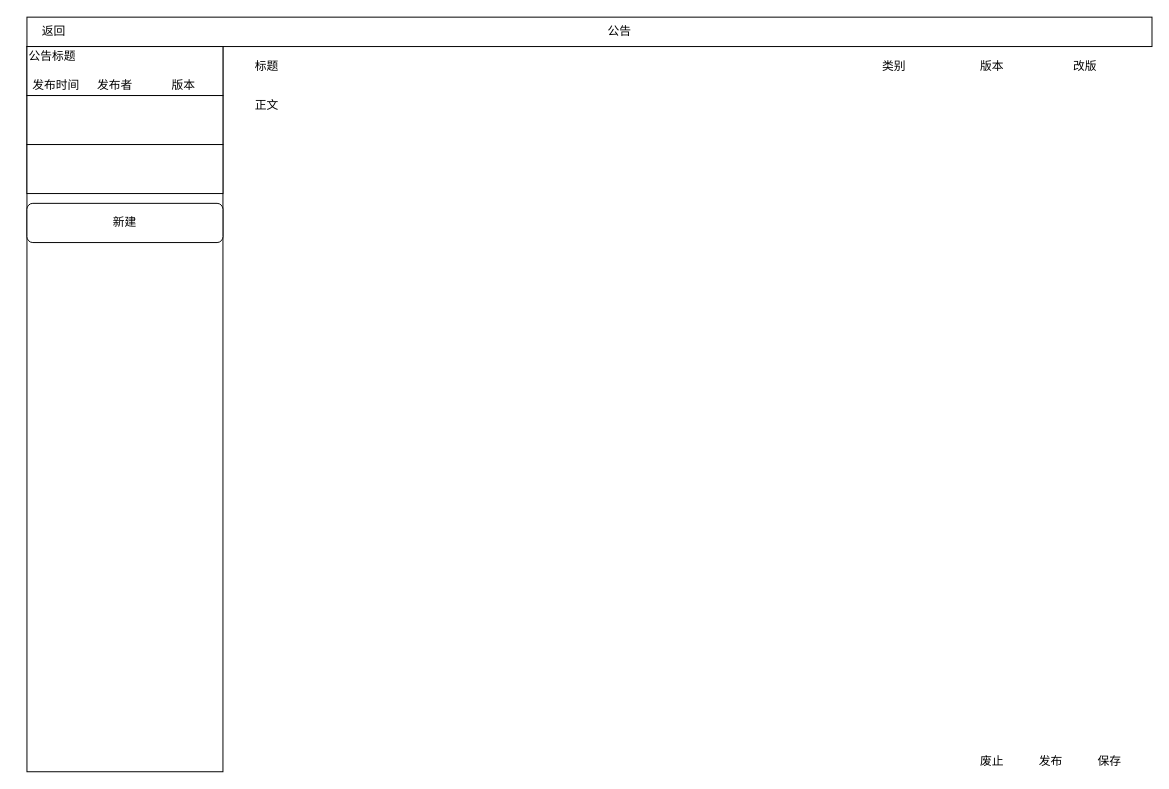
Earlier version of the draw.io diagram page "pm-project-create-notify" (22 of 24) of project-in-action/software-develop-management-system/doc/design/ui/sdms.drawio (callistoctopus/project-all-in-one). Source tidied: cells renumbered, new cells numbered last; positions are measured from the earlier drawing's top-left corner, leaving out a move shared by most shapes. Both pictures are drawn from the tidied source at 98%, with x=0, y=0 at pixel (17, 17).
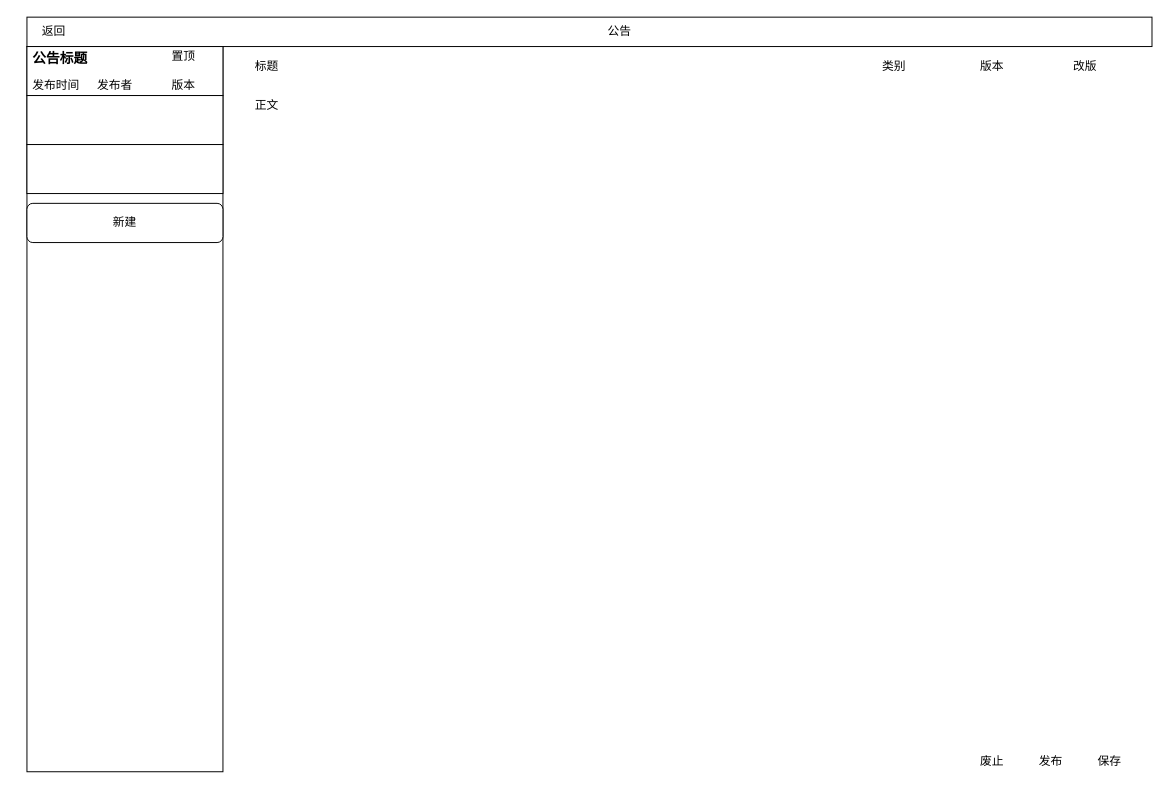
The same diagram, later.

Diff of the diagram source:
```diff
@@
-    <mxCell id="9" value="公告标题" style="text;html=1;strokeColor=none;fillColor=none;align=left;verticalAlign=middle;whiteSpace=wrap;rounded=0;" parent="1" vertex="1">
-      <mxGeometry x="10" y="30" width="150" height="20" as="geometry" />
+    <mxCell id="9" value="公告标题" style="text;html=1;strokeColor=none;fillColor=none;align=left;verticalAlign=middle;whiteSpace=wrap;rounded=0;fontStyle=1;fontSize=14;" parent="1" vertex="1">
+      <mxGeometry x="14" y="32" width="150" height="20" as="geometry" />
     </mxCell>
@@
+    <mxCell id="22" value="置顶" style="text;html=1;strokeColor=none;fillColor=none;align=center;verticalAlign=middle;whiteSpace=wrap;rounded=0;" parent="1" vertex="1">
+      <mxGeometry x="145" y="30" width="50" height="20" as="geometry" />
+    </mxCell>
```
